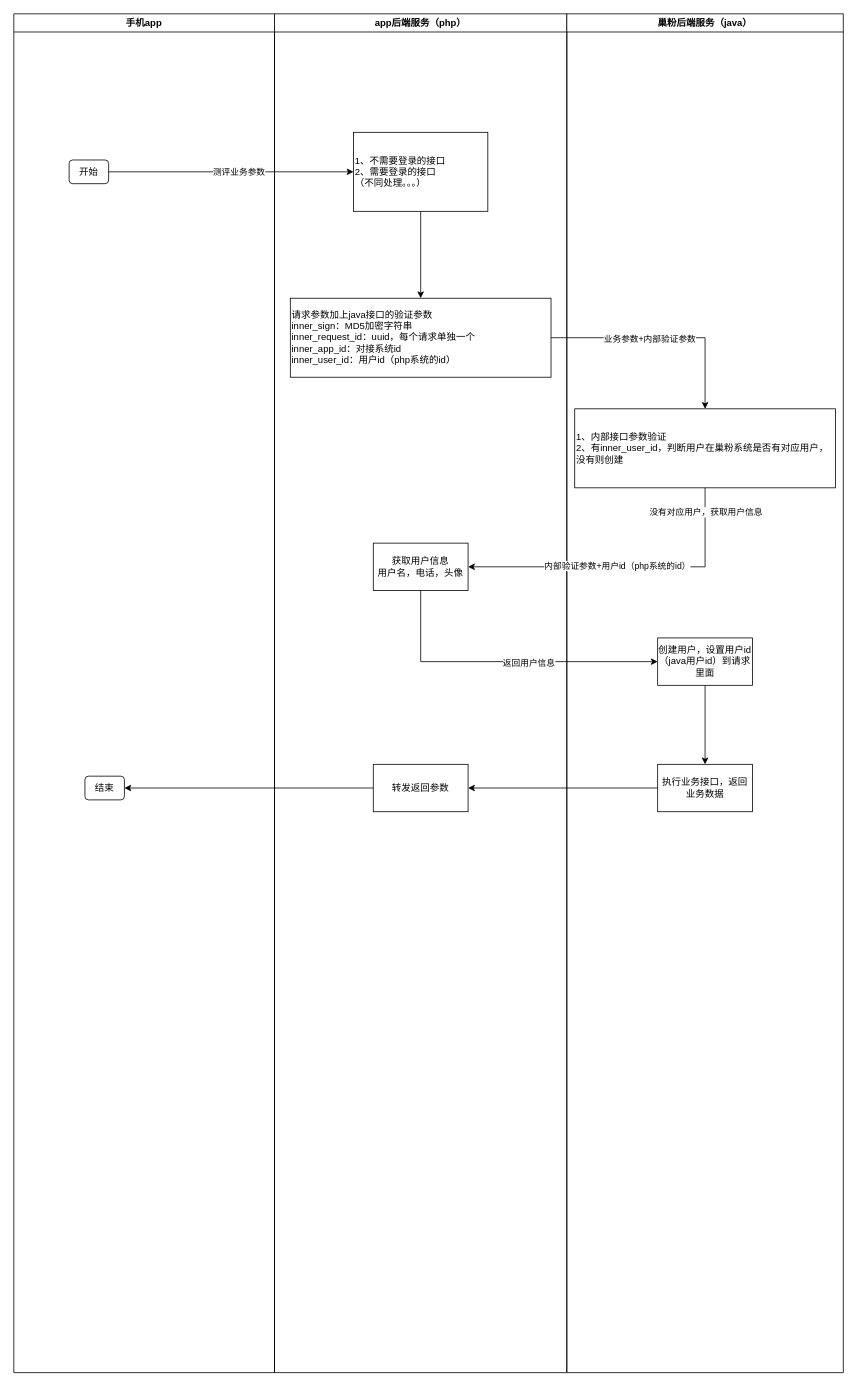
Above: ence/InnerApi.drawio in MuggleStar/draw_io (draw.io), before the change. Source tidied: cells renumbered, new cells numbered last; positions are measured from the earlier drawing's top-left corner, leaving out a move shared by most shapes. Both pictures are drawn from the tidied source at 79%, with x=0, y=0 at pixel (13, 13).
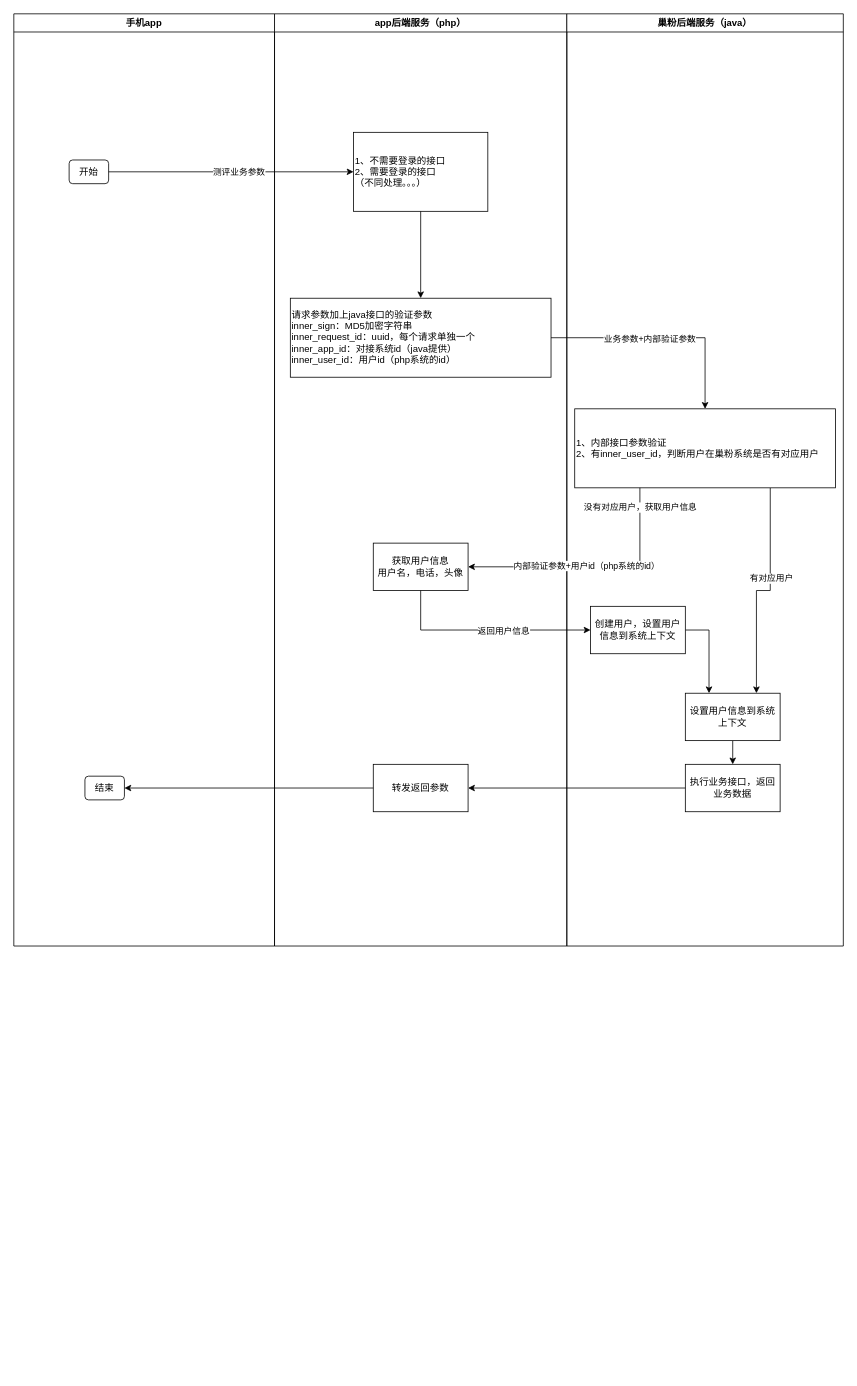
After the change.

The change refers to these unchanged cells:
```xml
<mxCell id="9" value="获取用户信息&lt;br&gt;用户名，电话，头像" style="rounded=0;whiteSpace=wrap;html=1;" parent="5" vertex="1">
  <mxGeometry x="125" y="670" width="120" height="60" as="geometry" />
</mxCell>
```

What changed in the source:
```diff
@@
     <mxCell id="2" value="手机app" style="swimlane;whiteSpace=wrap;html=1;" parent="1" vertex="1">
-      <mxGeometry width="330" height="1720" as="geometry" />
+      <mxGeometry width="330" height="1180" as="geometry" />
     </mxCell>
@@
     <mxCell id="5" value="app后端服务（php）" style="swimlane;whiteSpace=wrap;html=1;" parent="1" vertex="1">
-      <mxGeometry x="330" width="370" height="1720" as="geometry" />
+      <mxGeometry x="330" width="370" height="1180" as="geometry" />
     </mxCell>
@@
-    <mxCell id="7" value="请求参数加上java接口的验证参数&lt;br&gt;inner_sign：MD5加密字符串&lt;br&gt;inner_request_id：uuid，每个请求单独一个&lt;br&gt;inner_app_id：对接系统id&lt;br&gt;inner_user_id：用户id（php系统的id）" style="rounded=0;whiteSpace=wrap;html=1;align=left;" parent="5" vertex="1">
+    <mxCell id="7" value="请求参数加上java接口的验证参数&lt;br&gt;inner_sign：MD5加密字符串&lt;br&gt;inner_request_id：uuid，每个请求单独一个&lt;br&gt;inner_app_id：对接系统id（java提供）&lt;br&gt;inner_user_id：用户id（php系统的id）" style="rounded=0;whiteSpace=wrap;html=1;align=left;" parent="5" vertex="1">
       <mxGeometry x="20" y="360" width="330" height="100" as="geometry" />
     </mxCell>
@@
     <mxCell id="11" value="巢粉后端服务（java）" style="swimlane;whiteSpace=wrap;html=1;" parent="1" vertex="1">
-      <mxGeometry x="700" width="350" height="1720" as="geometry" />
+      <mxGeometry x="700" width="350" height="1180" as="geometry" />
     </mxCell>
+    <mxCell id="27" style="edgeStyle=orthogonalEdgeStyle;rounded=0;jettySize=auto;html=1;exitX=0.75;exitY=1;exitDx=0;exitDy=0;entryX=0.75;entryY=0;entryDx=0;entryDy=0;" parent="11" edge="1" source="12" target="31">
+      <mxGeometry relative="1" as="geometry" />
+    </mxCell>
+    <mxCell id="28" value="有对应用户" style="edgeLabel;html=1;align=center;verticalAlign=middle;" parent="27" vertex="1">
+      <mxGeometry x="-0.18" y="1" relative="1" as="geometry" />
+    </mxCell>
-    <mxCell id="12" value="1、内部接口参数验证&lt;br&gt;2、有inner_user_id，判断用户在巢粉系统是否有对应用户，没有则创建" style="rounded=0;whiteSpace=wrap;html=1;align=left;" parent="11" vertex="1">
+    <mxCell id="12" value="1、内部接口参数验证&lt;br&gt;2、有inner_user_id，判断用户在巢粉系统是否有对应用户" style="rounded=0;whiteSpace=wrap;html=1;align=left;" parent="11" vertex="1">
       <mxGeometry x="10" y="500" width="330" height="100" as="geometry" />
     </mxCell>
-    <mxCell id="13" style="edgeStyle=orthogonalEdgeStyle;rounded=0;jettySize=auto;html=1;exitX=0.5;exitY=1;exitDx=0;exitDy=0;" parent="11" edge="1" source="14" target="15">
-      <mxGeometry relative="1" as="geometry" />
-    </mxCell>
+    <mxCell id="29" style="edgeStyle=orthogonalEdgeStyle;rounded=0;jettySize=auto;html=1;exitX=1;exitY=0.5;exitDx=0;exitDy=0;entryX=0.25;entryY=0;entryDx=0;entryDy=0;" parent="11" edge="1" source="14" target="31">
+      <mxGeometry relative="1" as="geometry" />
+    </mxCell>
-    <mxCell id="14" value="创建用户，设置用户id（java用户id）到请求里面" style="rounded=0;whiteSpace=wrap;html=1;" parent="11" vertex="1">
-      <mxGeometry x="115" y="790" width="120" height="60" as="geometry" />
+    <mxCell id="14" value="创建用户，设置用户信息到系统上下文" style="rounded=0;whiteSpace=wrap;html=1;" parent="11" vertex="1">
+      <mxGeometry x="30" y="750" width="120" height="60" as="geometry" />
     </mxCell>
     <mxCell id="15" value="执行业务接口，返回业务数据" style="rounded=0;whiteSpace=wrap;html=1;" parent="11" vertex="1">
-      <mxGeometry x="115" y="950" width="120" height="60" as="geometry" />
+      <mxGeometry x="150" y="950" width="120" height="60" as="geometry" />
     </mxCell>
+    <mxCell id="30" style="edgeStyle=orthogonalEdgeStyle;rounded=0;jettySize=auto;html=1;exitX=0.5;exitY=1;exitDx=0;exitDy=0;entryX=0.5;entryY=0;entryDx=0;entryDy=0;" parent="11" edge="1" source="31" target="15">
+      <mxGeometry relative="1" as="geometry" />
+    </mxCell>
+    <mxCell id="31" value="设置用户信息到系统上下文" style="rounded=0;whiteSpace=wrap;html=1;" parent="11" vertex="1">
+      <mxGeometry x="150" y="860" width="120" height="60" as="geometry" />
+    </mxCell>
@@
-    <mxCell id="20" style="edgeStyle=orthogonalEdgeStyle;rounded=0;jettySize=auto;html=1;exitX=0.5;exitY=1;exitDx=0;exitDy=0;entryX=1;entryY=0.5;entryDx=0;entryDy=0;" parent="1" edge="1" source="12" target="9">
+    <mxCell id="20" style="edgeStyle=orthogonalEdgeStyle;rounded=0;jettySize=auto;html=1;exitX=0.25;exitY=1;exitDx=0;exitDy=0;entryX=1;entryY=0.5;entryDx=0;entryDy=0;" parent="1" edge="1" source="12" target="9">
       <mxGeometry relative="1" as="geometry" />
     </mxCell>
```
